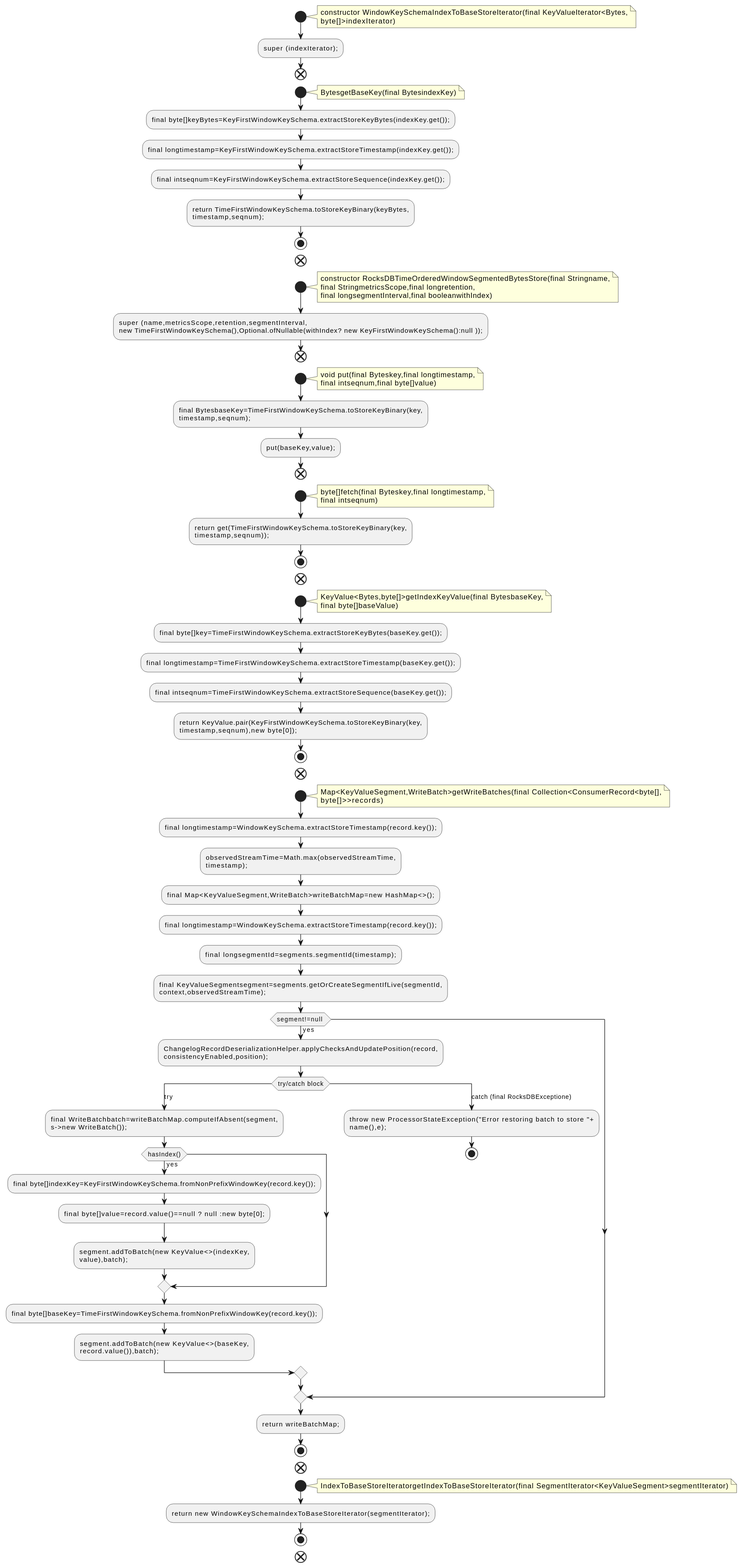
Above: docs/qc/streams/src/main/java/org/apache/kafka/streams/state/internals/RocksDBTimeOrderedWindowSegmentedBytesStore.java.fct.svg in qualitesys/kafka (PlantUML), before the change.
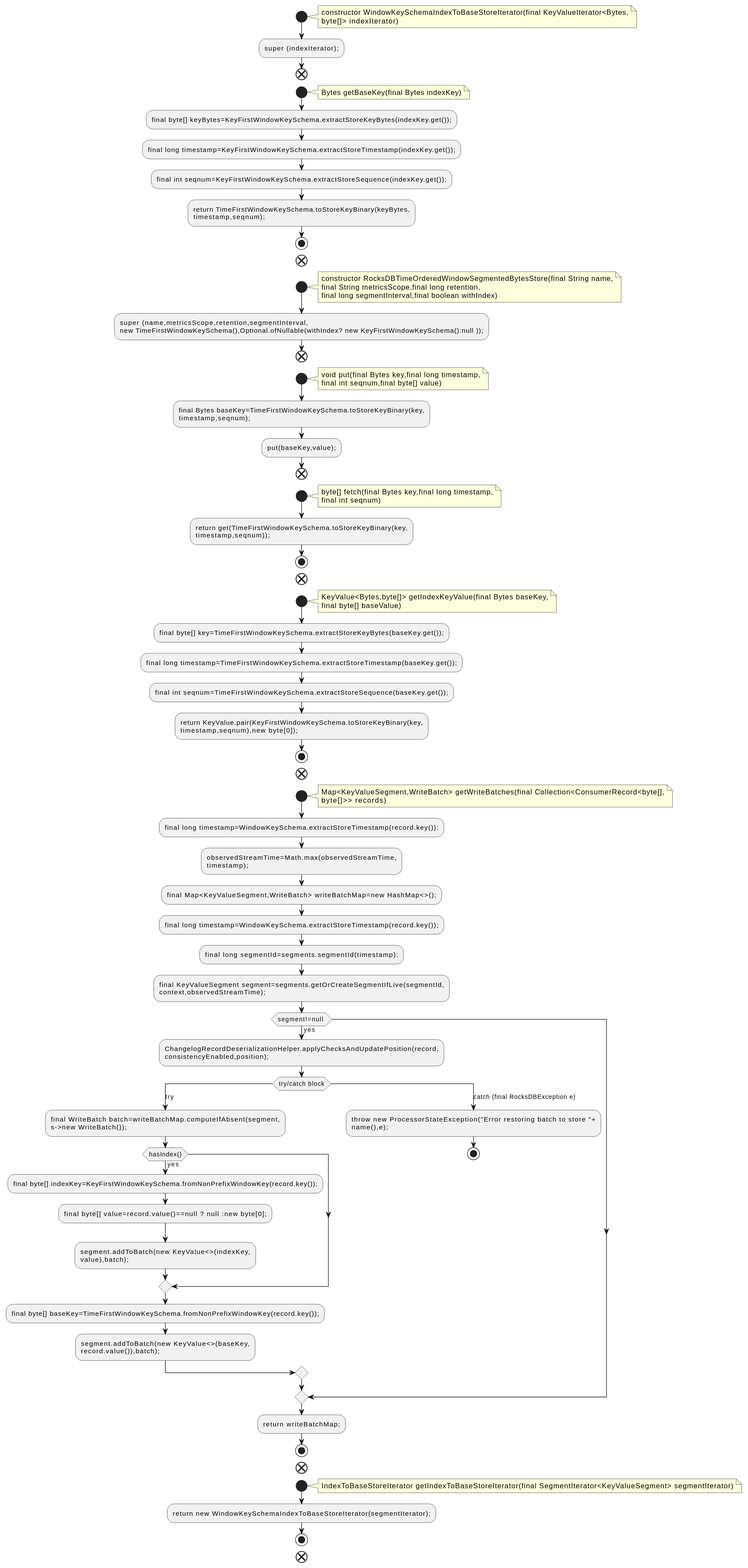
Later version of the same file.

The edit, as a diff of the source:
```diff
@@ -3,43 +3,43 @@
 start
 note right
 constructor WindowKeySchemaIndexToBaseStoreIterator(final KeyValueIterator<Bytes,
-byte[]>indexIterator)
+byte[]> indexIterator)
 end note
 :super (indexIterator);;
 end
 start
 note right
-BytesgetBaseKey(final BytesindexKey)
+Bytes getBaseKey(final Bytes indexKey)
 end note
-:final byte[]keyBytes=KeyFirstWindowKeySchema.extractStoreKeyBytes(indexKey.get());;
-:final longtimestamp=KeyFirstWindowKeySchema.extractStoreTimestamp(indexKey.get());;
-:final intseqnum=KeyFirstWindowKeySchema.extractStoreSequence(indexKey.get());;
+:final byte[] keyBytes=KeyFirstWindowKeySchema.extractStoreKeyBytes(indexKey.get());;
+:final long timestamp=KeyFirstWindowKeySchema.extractStoreTimestamp(indexKey.get());;
+:final int seqnum=KeyFirstWindowKeySchema.extractStoreSequence(indexKey.get());;
 :return TimeFirstWindowKeySchema.toStoreKeyBinary(keyBytes,
 timestamp,seqnum);;
 stop
 end
 start
 note right
-constructor RocksDBTimeOrderedWindowSegmentedBytesStore(final Stringname,
-final StringmetricsScope,final longretention,
-final longsegmentInterval,final booleanwithIndex)
+constructor RocksDBTimeOrderedWindowSegmentedBytesStore(final String name,
+final String metricsScope,final long retention,
+final long segmentInterval,final boolean withIndex)
 end note
 :super (name,metricsScope,retention,segmentInterval,
 new TimeFirstWindowKeySchema(),Optional.ofNullable(withIndex? new KeyFirstWindowKeySchema():null ));;
 end
 start
 note right
-void put(final Byteskey,final longtimestamp,
-final intseqnum,final byte[]value)
+void put(final Bytes key,final long timestamp,
+final int seqnum,final byte[] value)
 end note
-:final BytesbaseKey=TimeFirstWindowKeySchema.toStoreKeyBinary(key,
+:final Bytes baseKey=TimeFirstWindowKeySchema.toStoreKeyBinary(key,
 timestamp,seqnum);;
 :put(baseKey,value);;
 end
 start
 note right
-byte[]fetch(final Byteskey,final longtimestamp,
-final intseqnum)
+byte[] fetch(final Bytes key,final long timestamp,
+final int seqnum)
 end note
 :return get(TimeFirstWindowKeySchema.toStoreKeyBinary(key,
 timestamp,seqnum));;
@@ -47,46 +47,46 @@
 end
 start
 note right
-KeyValue<Bytes,byte[]>getIndexKeyValue(final BytesbaseKey,
-final byte[]baseValue)
+KeyValue<Bytes,byte[]> getIndexKeyValue(final Bytes baseKey,
+final byte[] baseValue)
 end note
-:final byte[]key=TimeFirstWindowKeySchema.extractStoreKeyBytes(baseKey.get());;
-:final longtimestamp=TimeFirstWindowKeySchema.extractStoreTimestamp(baseKey.get());;
-:final intseqnum=TimeFirstWindowKeySchema.extractStoreSequence(baseKey.get());;
+:final byte[] key=TimeFirstWindowKeySchema.extractStoreKeyBytes(baseKey.get());;
+:final long timestamp=TimeFirstWindowKeySchema.extractStoreTimestamp(baseKey.get());;
+:final int seqnum=TimeFirstWindowKeySchema.extractStoreSequence(baseKey.get());;
 :return KeyValue.pair(KeyFirstWindowKeySchema.toStoreKeyBinary(key,
 timestamp,seqnum),new byte[0]);;
 stop
 end
 start
 note right
-Map<KeyValueSegment,WriteBatch>getWriteBatches(final Collection<ConsumerRecord<byte[],
-byte[]>>records)
+Map<KeyValueSegment,WriteBatch> getWriteBatches(final Collection<ConsumerRecord<byte[],
+byte[]>> records)
 end note
-:final longtimestamp=WindowKeySchema.extractStoreTimestamp(record.key());;
+:final long timestamp=WindowKeySchema.extractStoreTimestamp(record.key());;
 :observedStreamTime=Math.max(observedStreamTime,
 timestamp);;
-:final Map<KeyValueSegment,WriteBatch>writeBatchMap=new HashMap<>();;
-:final longtimestamp=WindowKeySchema.extractStoreTimestamp(record.key());;
-:final longsegmentId=segments.segmentId(timestamp);;
-:final KeyValueSegmentsegment=segments.getOrCreateSegmentIfLive(segmentId,
+:final Map<KeyValueSegment,WriteBatch> writeBatchMap=new HashMap<>();;
+:final long timestamp=WindowKeySchema.extractStoreTimestamp(record.key());;
+:final long segmentId=segments.segmentId(timestamp);;
+:final KeyValueSegment segment=segments.getOrCreateSegmentIfLive(segmentId,
 context,observedStreamTime);;
 if (segment!=null ) then (yes)
 :ChangelogRecordDeserializationHelper.applyChecksAndUpdatePosition(record,
 consistencyEnabled,position);;
 switch (try/catch block)
 case (try)
-:final WriteBatchbatch=writeBatchMap.computeIfAbsent(segment,
+:final WriteBatch batch=writeBatchMap.computeIfAbsent(segment,
 s->new WriteBatch());;
 if (hasIndex()) then (yes)
-:final byte[]indexKey=KeyFirstWindowKeySchema.fromNonPrefixWindowKey(record.key());;
-:final byte[]value=record.value()==null ? null :new byte[0];;
+:final byte[] indexKey=KeyFirstWindowKeySchema.fromNonPrefixWindowKey(record.key());;
+:final byte[] value=record.value()==null ? null :new byte[0];;
 :segment.addToBatch(new KeyValue<>(indexKey,
 value),batch);;
 endif
-:final byte[]baseKey=TimeFirstWindowKeySchema.fromNonPrefixWindowKey(record.key());;
+:final byte[] baseKey=TimeFirstWindowKeySchema.fromNonPrefixWindowKey(record.key());;
 :segment.addToBatch(new KeyValue<>(baseKey,
 record.value()),batch);;
-case (catch (final RocksDBExceptione))
+case (catch (final RocksDBException e))
 :throw new ProcessorStateException("Error restoring batch to store "+
 name(),e);;
 stop
@@ -97,7 +97,7 @@
 end
 start
 note right
-IndexToBaseStoreIteratorgetIndexToBaseStoreIterator(final SegmentIterator<KeyValueSegment>segmentIterator)
+IndexToBaseStoreIterator getIndexToBaseStoreIterator(final SegmentIterator<KeyValueSegment> segmentIterator)
 end note
 :return new WindowKeySchemaIndexToBaseStoreIterator(segmentIterator);;
 stop
```
